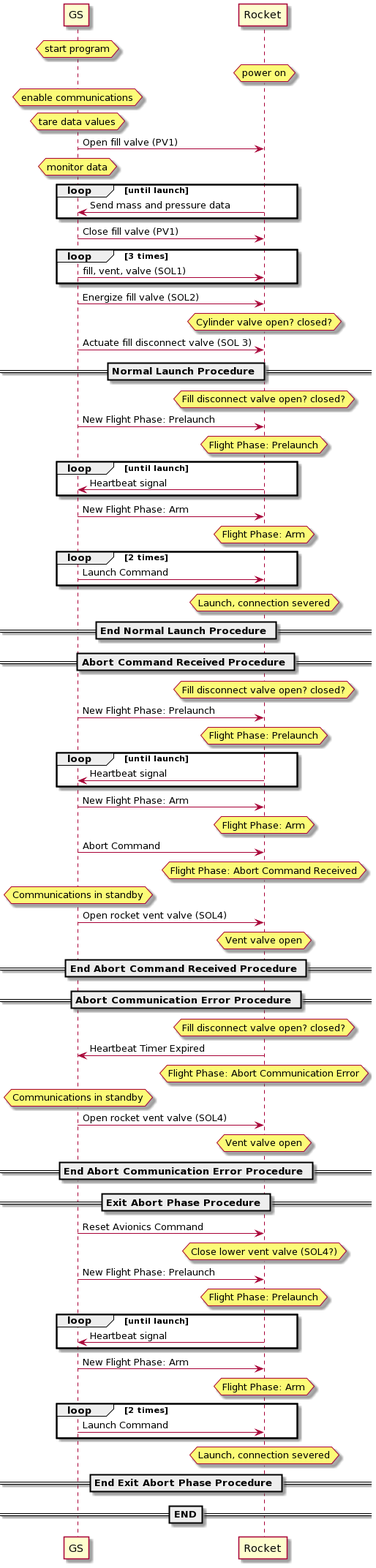
Earlier version of the PlantUML export Documentation/Filling Procedure/GroundSystems_Rocket_FillingProcedure.png (StudentOrganisationForAerospaceResearch/AvionicsSoftware). Its diagram source:
```plantuml
@startuml
hnote over GS: start program
hnote over Rocket: power on
hnote over GS: enable communications
hnote over GS: tare data values
GS -> Rocket: Open fill valve (PV1)
hnote over GS: monitor data

loop until launch
  Rocket -> GS: Send mass and pressure data
end

GS -> Rocket: Close fill valve (PV1)

loop 3 times
  GS -> Rocket: fill, vent, valve (SOL1)
end

GS -> Rocket: Energize fill valve (SOL2)
hnote over Rocket: Cylinder valve open? closed?

GS -> Rocket: Actuate fill disconnect valve (SOL 3)

== Normal Launch Procedure ==

hnote over Rocket: Fill disconnect valve open? closed?

GS -> Rocket: New Flight Phase: Prelaunch
hnote over Rocket: Flight Phase: Prelaunch

loop until launch
  Rocket -> GS: Heartbeat signal
end

GS -> Rocket: New Flight Phase: Arm
hnote over Rocket: Flight Phase: Arm

loop 2 times
  GS -> Rocket: Launch Command
end

hnote over Rocket: Launch, connection severed

== End Normal Launch Procedure ==
== Abort Command Received Procedure ==

hnote over Rocket: Fill disconnect valve open? closed?

GS -> Rocket: New Flight Phase: Prelaunch
hnote over Rocket: Flight Phase: Prelaunch

loop until launch
  Rocket -> GS: Heartbeat signal
end

GS -> Rocket: New Flight Phase: Arm
hnote over Rocket: Flight Phase: Arm

GS -> Rocket: Abort Command
hnote over Rocket: Flight Phase: Abort Command Received

hnote over GS: Communications in standby

GS -> Rocket: Open rocket vent valve (SOL4)
hnote over Rocket: Vent valve open

== End Abort Command Received Procedure ==
== Abort Communication Error Procedure ==

hnote over Rocket: Fill disconnect valve open? closed?

Rocket -> GS: Heartbeat Timer Expired
hnote over Rocket: Flight Phase: Abort Communication Error

hnote over GS: Communications in standby

GS -> Rocket: Open rocket vent valve (SOL4)
hnote over Rocket: Vent valve open

== End Abort Communication Error Procedure ==
== Exit Abort Phase Procedure ==

GS -> Rocket: Reset Avionics Command

hnote over Rocket: Close lower vent valve (SOL4?)

GS -> Rocket: New Flight Phase: Prelaunch
hnote over Rocket: Flight Phase: Prelaunch

loop until launch
  Rocket -> GS: Heartbeat signal
end

GS -> Rocket: New Flight Phase: Arm
hnote over Rocket: Flight Phase: Arm

loop 2 times
  GS -> Rocket: Launch Command
end

hnote over Rocket: Launch, connection severed

== End Exit Abort Phase Procedure ==

==END==
@enduml
```
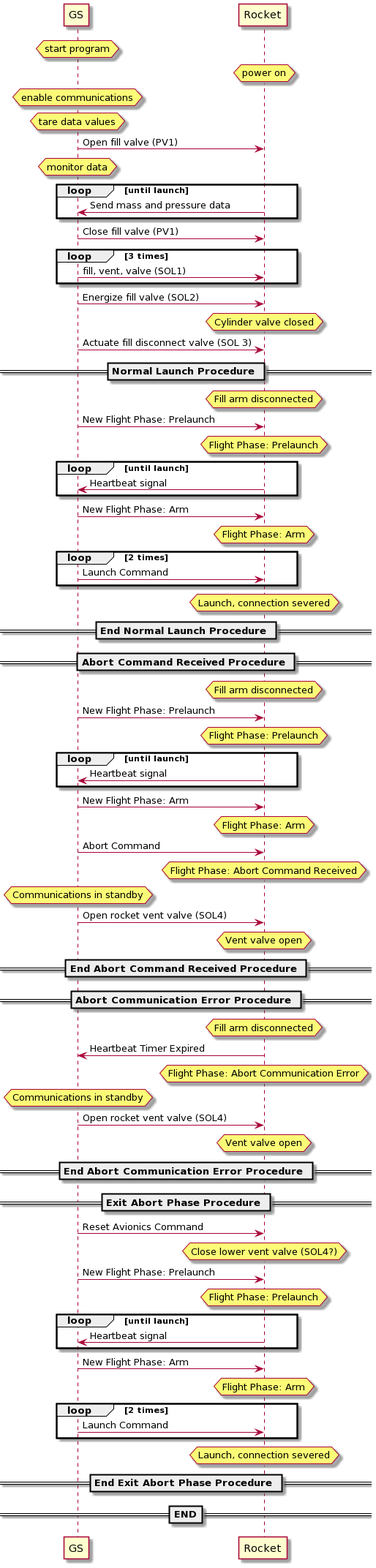
The same diagram one commit later.

Commit message:
Updated SOL2 and SOL3 valve behaviour

The edit, as a diff of the source:
```diff
@@ -17,13 +17,13 @@
 end
 
 GS -> Rocket: Energize fill valve (SOL2)
-hnote over Rocket: Cylinder valve open? closed?
+hnote over Rocket: Cylinder valve closed
 
 GS -> Rocket: Actuate fill disconnect valve (SOL 3)
 
 == Normal Launch Procedure ==
 
-hnote over Rocket: Fill disconnect valve open? closed?
+hnote over Rocket: Fill arm disconnected
 
 GS -> Rocket: New Flight Phase: Prelaunch
 hnote over Rocket: Flight Phase: Prelaunch
@@ -44,7 +44,7 @@
 == End Normal Launch Procedure ==
 == Abort Command Received Procedure ==
 
-hnote over Rocket: Fill disconnect valve open? closed?
+hnote over Rocket: Fill arm disconnected
 
 GS -> Rocket: New Flight Phase: Prelaunch
 hnote over Rocket: Flight Phase: Prelaunch
@@ -67,7 +67,7 @@
 == End Abort Command Received Procedure ==
 == Abort Communication Error Procedure ==
 
-hnote over Rocket: Fill disconnect valve open? closed?
+hnote over Rocket: Fill arm disconnected
 
 Rocket -> GS: Heartbeat Timer Expired
 hnote over Rocket: Flight Phase: Abort Communication Error
```
